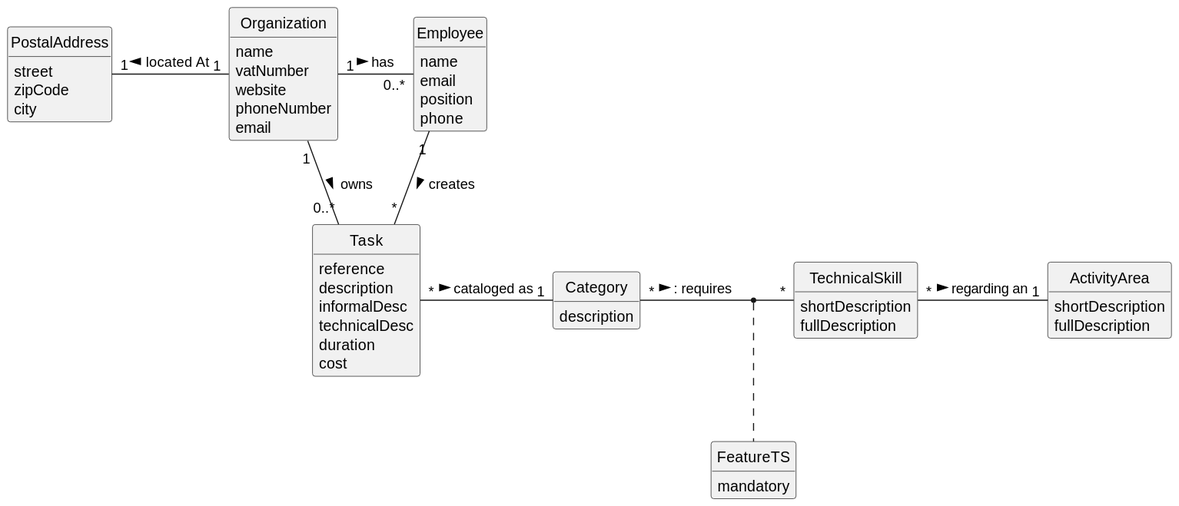
The PlantUML diagram docs/sprintA/global-artifacts/02.analysis/svg/project-domain-model.svg in RicardoMorim/lapr2-ISEP-Project, before a commit.
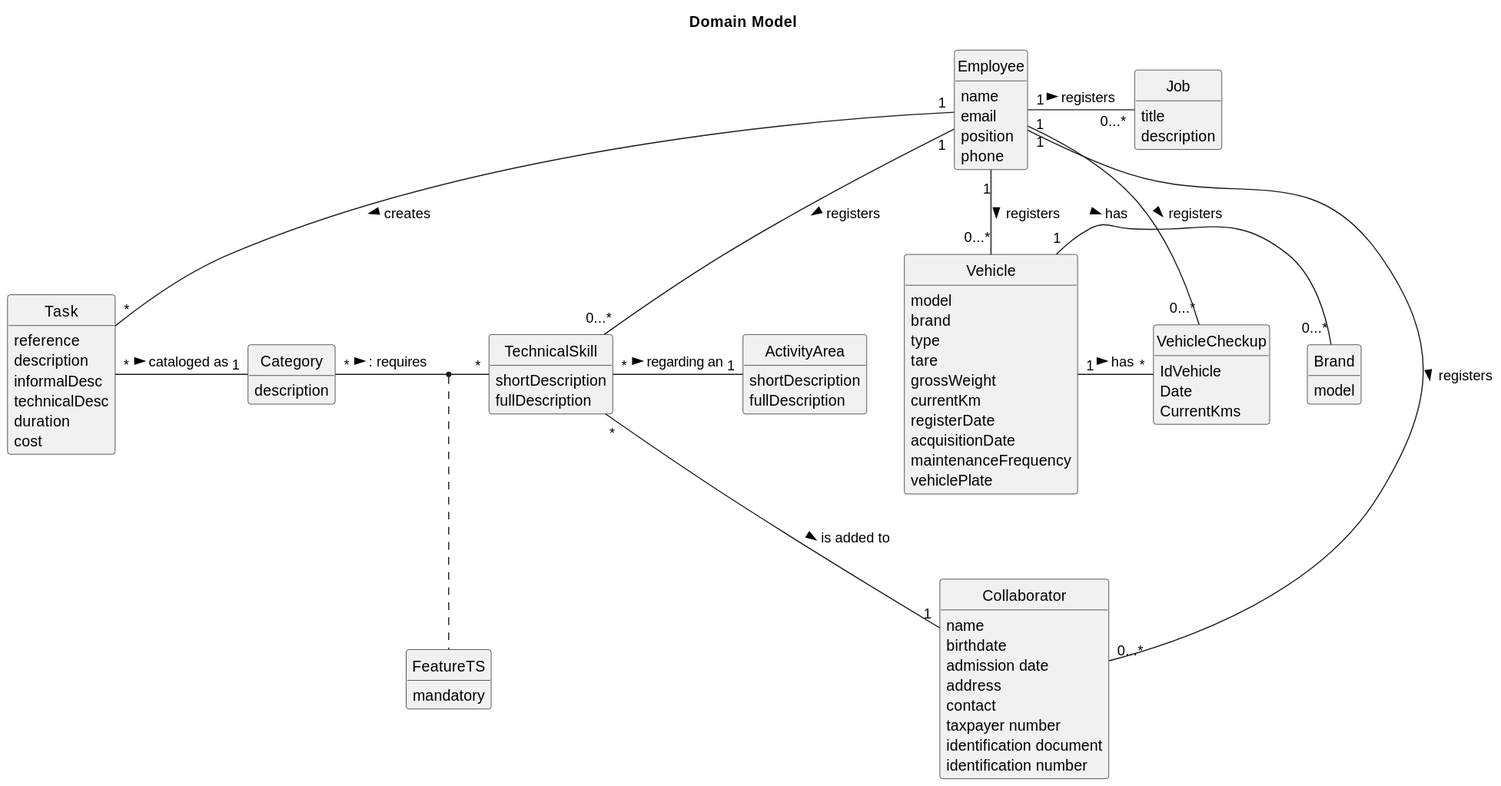
Later version of the same file.

Commit message:
The global artifacts, US01 and US02 domain model

Change to the diagram source:
```diff
@@ -6,14 +6,13 @@
 hide circle
 hide methods
 
+title Domain Model
 
 
-class Organization {
-    name
-    vatNumber
-    website
-    phoneNumber
-    email
+class VehicleCheckup {
+    IdVehicle
+    Date
+    CurrentKms
 }
 
 class Task {
@@ -50,19 +49,56 @@
     mandatory
 }
 
-class PostalAddress{
-    street
-    zipCode
-    city
+
+
+class Vehicle{
+    model
+    brand
+    type
+    tare
+    grossWeight
+    currentKm
+    registerDate
+    acquisitionDate
+    maintenanceFrequency
+    vehiclePlate
 }
-Organization "1" - "0..*" Employee : has >
-Organization "1" - "0..*" Task: owns >
+
+class Job{
+    title
+    description
+}
+
+class Collaborator {
+    name
+    birthdate
+    admission date
+    address
+    contact
+    taxpayer number
+    identification document
+    identification number
+}
+
+class Brand {
+    model
+}
+
 Employee "1" -- "*" Task : creates >
+
 Task "*" - "1" Category: cataloged as >
 TechnicalSkill "*" - "1" ActivityArea: regarding an >
 
 Category "*" - "*" TechnicalSkill :  : requires >
 (Category, TechnicalSkill) . FeatureTS
+Employee "1" - "0...*" VehicleCheckup :  > registers
 
-Organization "1" -left "1" PostalAddress : located At >
+Employee "1" -- "0...*" Vehicle : registers >
+
+Vehicle "1" - "*" VehicleCheckup : has >
+Vehicle "1" - "0...*" Brand : has >
+TechnicalSkill "*" -- "1" Collaborator : is added to >
+Employee "1" - "0...*" TechnicalSkill : registers >
+Employee "1" - "0...*" Job : registers >
+Employee "1" -- "0...*" Collaborator : registers >
 @enduml
```
